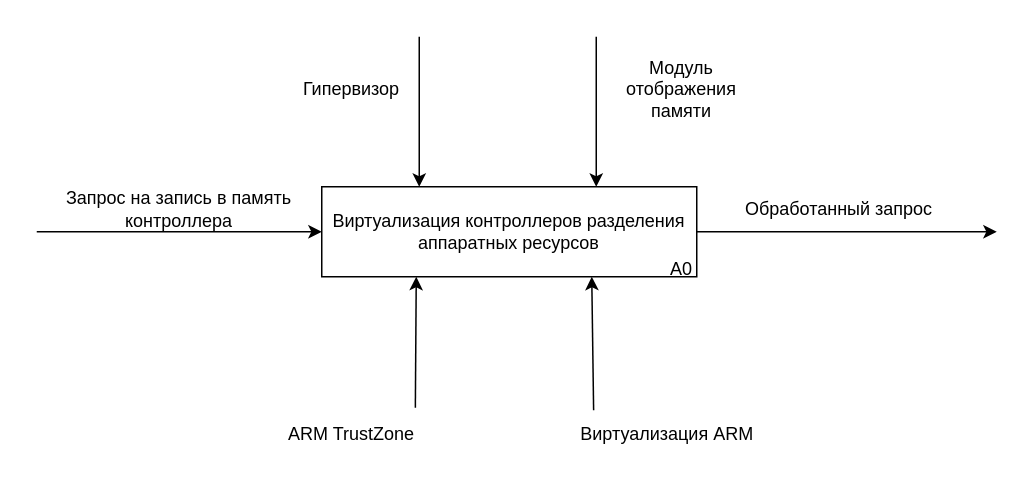
mRrvz/bmstu-masters-diploma keeps this draw.io diagram as page "Page-1" (1 of 2) of docs/drawio/idef0-trap-and-emulate.drawio. Above is the earlier version. Source tidied: cells renumbered, new cells numbered last; positions are measured from the earlier drawing's top-left corner, leaving out a move shared by most shapes. Both pictures are drawn from the tidied source at 150%, with x=0, y=0 at pixel (36, 36).
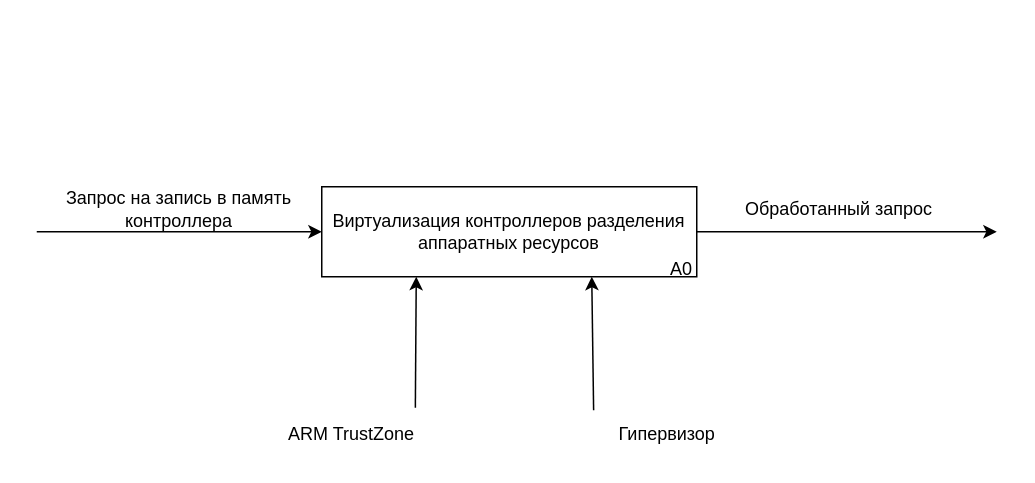
The same diagram, later.

The edit, as a diff of the source:
```diff
@@
-    <mxCell id="2" style="endArrow=classic;html=1;rounded=0;entryX=0.5;entryY=0;entryDx=0;entryDy=0;" parent="1" edge="1">
-      <mxGeometry relative="1" as="geometry">
-        <mxPoint x="255" as="sourcePoint" />
-        <mxPoint x="255" y="100" as="targetPoint" />
-      </mxGeometry>
-    </mxCell>
@@
-    <mxCell id="7" value="Гипервизор" style="text;html=1;align=center;verticalAlign=middle;whiteSpace=wrap;rounded=0;" parent="1" vertex="1">
-      <mxGeometry x="180" y="20" width="60" height="30" as="geometry" />
-    </mxCell>
@@
-    <mxCell id="13" value="Виртуализация ARM" style="text;html=1;align=center;verticalAlign=middle;whiteSpace=wrap;rounded=0;" parent="1" vertex="1">
+    <mxCell id="13" value="&lt;div&gt;Гипервизор&lt;/div&gt;" style="text;html=1;align=center;verticalAlign=middle;whiteSpace=wrap;rounded=0;" parent="1" vertex="1">
       <mxGeometry x="357.5" y="250" width="125" height="30" as="geometry" />
     </mxCell>
-    <mxCell id="14" value="Модуль отображения памяти" style="text;html=1;align=center;verticalAlign=middle;whiteSpace=wrap;rounded=0;" parent="1" vertex="1">
-      <mxGeometry x="385" y="20" width="90" height="30" as="geometry" />
-    </mxCell>
-    <mxCell id="15" style="endArrow=classic;html=1;rounded=0;entryX=0.25;entryY=0;entryDx=0;entryDy=0;" parent="1" edge="1">
-      <mxGeometry relative="1" as="geometry">
-        <mxPoint x="373" as="sourcePoint" />
-        <mxPoint x="373" y="100" as="targetPoint" />
-      </mxGeometry>
-    </mxCell>
```
